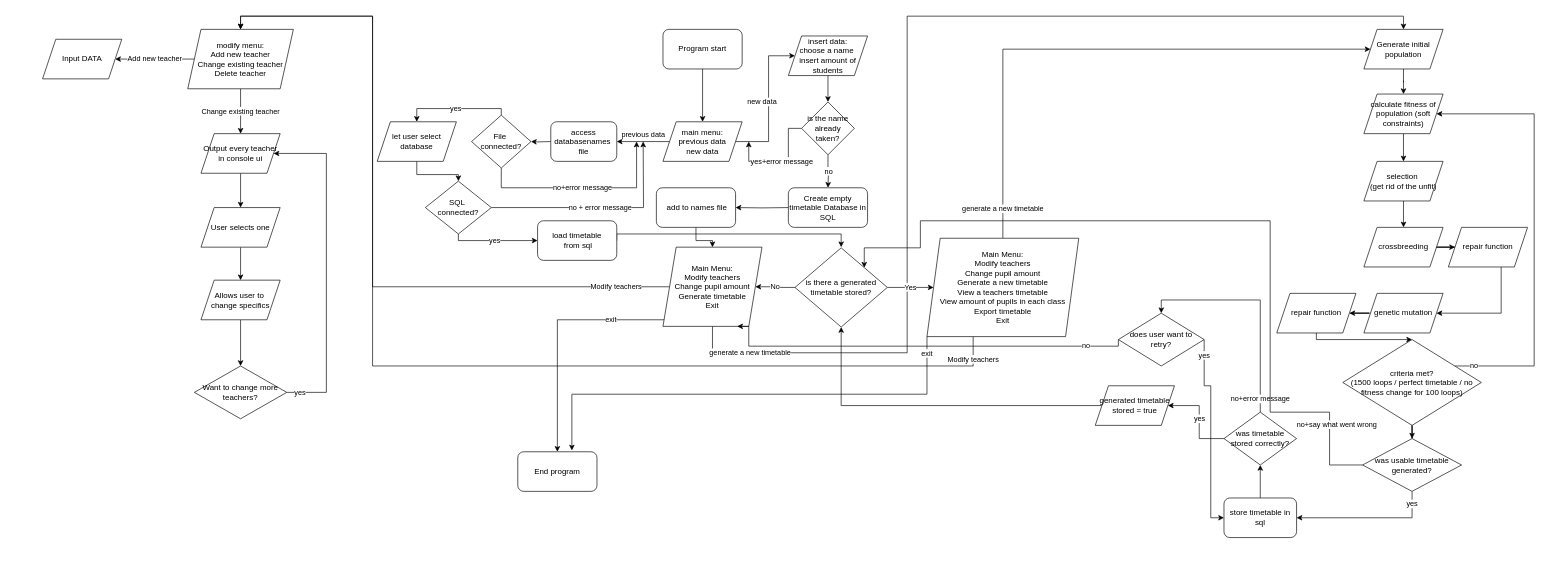
The draw.io diagram NEA.drawio in Fsmart2164/NEA-v1, before the edit. Source tidied: cells renumbered, new cells numbered last; positions are measured from the earlier drawing's top-left corner, leaving out a move shared by most shapes. Both pictures are drawn from the tidied source at 66%, with x=0, y=0 at pixel (42, 16).
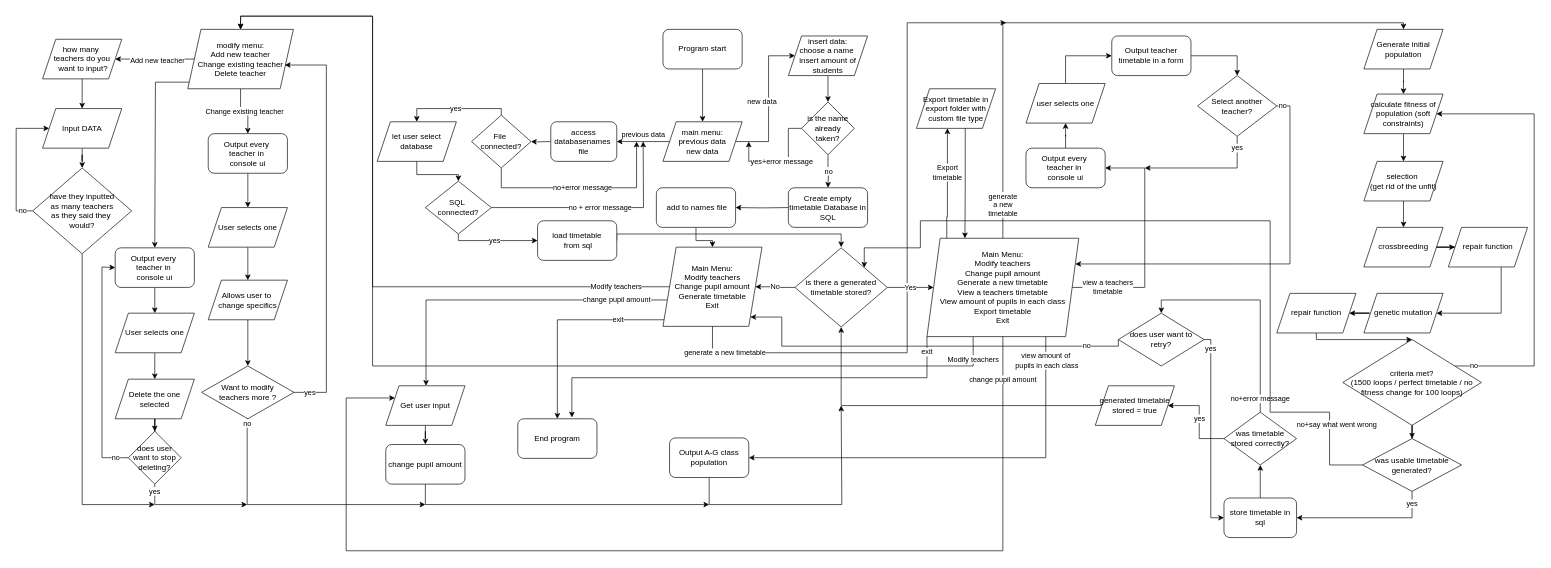
The same diagram, later.

The change refers to these unchanged cells:
```xml
<mxCell id="19" value="Main Menu:&lt;br&gt;&lt;div&gt;&lt;span style=&quot;background-color: transparent; color: light-dark(rgb(0, 0, 0), rgb(255, 255, 255));&quot;&gt;Modify&amp;nbsp;&lt;/span&gt;teachers&lt;/div&gt;&lt;div&gt;&lt;span style=&quot;background-color: transparent; color: light-dark(rgb(0, 0, 0), rgb(255, 255, 255));&quot;&gt;Change pupil amount&lt;/span&gt;&lt;/div&gt;&lt;div&gt;&lt;div&gt;Generate timetable&lt;/div&gt;&lt;/div&gt;&lt;div&gt;Exit&lt;/div&gt;" style="shape=parallelogram;perimeter=parallelogramPerimeter;whiteSpace=wrap;html=1;fixedSize=1;" parent="1" vertex="1">
  <mxGeometry x="940" y="350" width="150" height="120" as="geometry" />
</mxCell>
<mxCell id="25" value="Main Menu:&lt;br&gt;&lt;div&gt;&lt;span style=&quot;background-color: transparent; color: light-dark(rgb(0, 0, 0), rgb(255, 255, 255));&quot;&gt;Modify&amp;nbsp;&lt;/span&gt;teachers&lt;/div&gt;&lt;div&gt;Change pupil amount&lt;/div&gt;&lt;div&gt;Generate a new timetable&lt;/div&gt;&lt;div&gt;View a teachers timetable&lt;/div&gt;&lt;div&gt;View amount of pupils in each class&lt;/div&gt;&lt;div&gt;&lt;div&gt;Export timetable&lt;/div&gt;&lt;div&gt;&lt;span style=&quot;background-color: transparent; color: light-dark(rgb(0, 0, 0), rgb(255, 255, 255));&quot;&gt;Exit&lt;/span&gt;&lt;/div&gt;&lt;/div&gt;" style="shape=parallelogram;perimeter=parallelogramPerimeter;whiteSpace=wrap;html=1;fixedSize=1;" parent="1" vertex="1">
  <mxGeometry x="1340" y="336.5" width="230" height="149" as="geometry" />
</mxCell>
<mxCell id="29" value="Generate initial population" style="shape=parallelogram;perimeter=parallelogramPerimeter;whiteSpace=wrap;html=1;fixedSize=1;" parent="1" vertex="1">
  <mxGeometry x="2002" y="20" width="120" height="60" as="geometry" />
</mxCell>
<mxCell id="51" value="does user want to retry?" style="rhombus;whiteSpace=wrap;html=1;" parent="1" vertex="1">
  <mxGeometry x="1630" y="450" width="130" height="80" as="geometry" />
</mxCell>
<mxCell id="70" value="store timetable in sql" style="rounded=1;whiteSpace=wrap;html=1;" parent="1" vertex="1">
  <mxGeometry x="1790" y="730" width="110" height="60" as="geometry" />
</mxCell>
<mxCell id="73" value="modify menu:&lt;div&gt;Add new teacher&lt;/div&gt;&lt;div&gt;Change existing teacher&lt;/div&gt;&lt;div&gt;Delete teacher&lt;/div&gt;" style="shape=parallelogram;perimeter=parallelogramPerimeter;whiteSpace=wrap;html=1;fixedSize=1;" parent="1" vertex="1">
  <mxGeometry x="220" y="20" width="160" height="90" as="geometry" />
</mxCell>
```

What changed in the source:
```diff
@@
-    <mxCell id="16" value="generate a new timetable" style="edgeStyle=orthogonalEdgeStyle;rounded=0;jettySize=auto;html=1;entryX=0.5;entryY=0;entryDx=0;entryDy=0;" parent="1" edge="1" source="19" target="29">
+    <mxCell id="16" value="generate a new timetable" style="edgeStyle=orthogonalEdgeStyle;rounded=0;jettySize=auto;html=1;" parent="1" edge="1" source="19">
       <mxGeometry x="-0.88" relative="1" as="geometry">
+        <mxPoint x="1460" y="10" as="targetPoint" />
         <Array as="points">
           <mxPoint x="1015" y="510" />
           <mxPoint x="1310" y="510" />
-          <mxPoint x="1310" />
-          <mxPoint x="2062" />
+          <mxPoint x="1310" y="10" />
         </Array>
       </mxGeometry>
     </mxCell>
@@
+    <mxCell id="83" value="change pupil amount" style="edgeStyle=orthogonalEdgeStyle;rounded=0;jettySize=auto;html=1;" parent="1" edge="1" source="19" target="105">
+      <mxGeometry x="-0.69" relative="1" as="geometry">
+        <Array as="points">
+          <mxPoint x="581" y="430" />
+        </Array>
+      </mxGeometry>
+    </mxCell>
@@
-    <mxCell id="23" value="generate a new timetable" style="edgeStyle=orthogonalEdgeStyle;rounded=0;jettySize=auto;html=1;entryX=0;entryY=0.5;entryDx=0;entryDy=0;" parent="1" edge="1" source="25" target="29">
+    <mxCell id="23" value="generate&lt;div&gt;&amp;nbsp;a new&amp;nbsp;&lt;/div&gt;&lt;div&gt;timetable&lt;/div&gt;" style="edgeStyle=orthogonalEdgeStyle;rounded=0;jettySize=auto;html=1;entryX=0.5;entryY=0;entryDx=0;entryDy=0;" parent="1" edge="1" source="25" target="29">
       <mxGeometry x="-0.89" relative="1" as="geometry">
         <Array as="points">
-          <mxPoint x="1455" y="50" />
+          <mxPoint x="1455" y="10" />
+          <mxPoint x="2062" y="10" />
         </Array>
         <mxPoint y="1" as="offset" />
       </mxGeometry>
     </mxCell>
@@
+    <mxCell id="84" value="view a teachers&lt;div&gt;timetable&lt;/div&gt;" style="edgeStyle=orthogonalEdgeStyle;rounded=0;jettySize=auto;html=1;entryX=1;entryY=0.5;entryDx=0;entryDy=0;" parent="1" edge="1" source="25" target="112">
+      <mxGeometry x="-0.69" relative="1" as="geometry">
+        <Array as="points">
+          <mxPoint x="1670" y="411" />
+          <mxPoint x="1670" y="230" />
+        </Array>
+      </mxGeometry>
+    </mxCell>
+    <mxCell id="85" value="view amount of&lt;div&gt;&amp;nbsp;pupils in each class&lt;/div&gt;" style="edgeStyle=orthogonalEdgeStyle;rounded=0;jettySize=auto;html=1;entryX=1;entryY=0.5;entryDx=0;entryDy=0;" parent="1" edge="1" source="25" target="121">
+      <mxGeometry x="-0.89" relative="1" as="geometry">
+        <Array as="points">
+          <mxPoint x="1520" y="669" />
+        </Array>
+        <mxPoint y="1" as="offset" />
+      </mxGeometry>
+    </mxCell>
+    <mxCell id="86" value="Export&lt;div&gt;timetable&lt;/div&gt;" style="edgeStyle=orthogonalEdgeStyle;rounded=0;jettySize=auto;html=1;" parent="1" edge="1" source="25" target="122">
+      <mxGeometry x="0.22" relative="1" as="geometry">
+        <Array as="points">
+          <mxPoint x="1370" y="304" />
+          <mxPoint x="1371" y="270" />
+        </Array>
+        <mxPoint y="1" as="offset" />
+      </mxGeometry>
+    </mxCell>
@@
     <mxCell id="52" value="yes" style="edgeStyle=orthogonalEdgeStyle;rounded=0;jettySize=auto;html=1;entryX=0;entryY=0.5;entryDx=0;entryDy=0;" parent="1" edge="1" source="51" target="70">
       <mxGeometry x="-0.84" relative="1" as="geometry">
         <Array as="points">
-          <mxPoint x="1760" y="560" />
-          <mxPoint x="1770" y="560" />
+          <mxPoint x="1770" y="490" />
           <mxPoint x="1770" y="760" />
         </Array>
       </mxGeometry>
     </mxCell>
-    <mxCell id="53" value="no" style="edgeStyle=orthogonalEdgeStyle;rounded=0;jettySize=auto;html=1;entryX=0.75;entryY=1;entryDx=0;entryDy=0;" parent="1" edge="1" target="19">
+    <mxCell id="53" value="no" style="edgeStyle=orthogonalEdgeStyle;rounded=0;jettySize=auto;html=1;entryX=1;entryY=1;entryDx=0;entryDy=0;" parent="1" edge="1" target="19">
       <mxGeometry x="-0.81" relative="1" as="geometry">
         <mxPoint x="1630" y="490" as="sourcePoint" />
         <Array as="points">
           <mxPoint x="1630" y="500" />
-          <mxPoint x="1070" y="500" />
-          <mxPoint x="1070" y="470" />
+          <mxPoint x="1120" y="500" />
+          <mxPoint x="1120" y="456" />
         </Array>
       </mxGeometry>
     </mxCell>
     <mxCell id="54" value="End program" style="rounded=1;whiteSpace=wrap;html=1;" parent="1" vertex="1">
-      <mxGeometry x="720" y="660" width="120" height="60" as="geometry" />
+      <mxGeometry x="720" y="610" width="120" height="60" as="geometry" />
     </mxCell>
@@
-    <mxCell id="71" value="Add new teacher" style="edgeStyle=orthogonalEdgeStyle;rounded=0;jettySize=auto;html=1;" parent="1" edge="1" source="73" target="74">
-      <mxGeometry relative="1" as="geometry" />
+    <mxCell id="71" style="edgeStyle=orthogonalEdgeStyle;rounded=0;jettySize=auto;html=1;" parent="1" edge="1" source="92" target="74">
+      <mxGeometry x="0.43" relative="1" as="geometry" />
     </mxCell>
-    <mxCell id="72" value="Change existing teacher" style="edgeStyle=orthogonalEdgeStyle;rounded=0;jettySize=auto;html=1;" parent="1" edge="1" source="73" target="76">
+    <mxCell id="72" value="Change existing teacher" style="edgeStyle=orthogonalEdgeStyle;rounded=0;jettySize=auto;html=1;entryX=0.5;entryY=0;entryDx=0;entryDy=0;" parent="1" edge="1" source="73" target="113">
       <mxGeometry relative="1" as="geometry" />
     </mxCell>
+    <mxCell id="87" style="edgeStyle=orthogonalEdgeStyle;rounded=0;jettySize=auto;html=1;entryX=0.5;entryY=0;entryDx=0;entryDy=0;" parent="1" edge="1" source="73" target="114">
+      <mxGeometry relative="1" as="geometry">
+        <Array as="points">
+          <mxPoint x="171" y="100" />
+        </Array>
+      </mxGeometry>
+    </mxCell>
@@
+    <mxCell id="88" style="edgeStyle=orthogonalEdgeStyle;rounded=0;jettySize=auto;html=1;entryX=0.5;entryY=0;entryDx=0;entryDy=0;" parent="1" edge="1" source="74" target="95">
+      <mxGeometry relative="1" as="geometry" />
+    </mxCell>
     <mxCell id="74" value="&lt;div&gt;&lt;span style=&quot;background-color: transparent; color: light-dark(rgb(0, 0, 0), rgb(255, 255, 255));&quot;&gt;Input DATA&lt;/span&gt;&lt;/div&gt;" style="shape=parallelogram;perimeter=parallelogramPerimeter;whiteSpace=wrap;html=1;fixedSize=1;" parent="1" vertex="1">
-      <mxGeometry y="35" width="120" height="60" as="geometry" />
+      <mxGeometry y="140" width="120" height="60" as="geometry" />
     </mxCell>
-    <mxCell id="75" style="edgeStyle=orthogonalEdgeStyle;rounded=0;jettySize=auto;html=1;" parent="1" edge="1" source="76" target="78">
+    <mxCell id="75" style="edgeStyle=orthogonalEdgeStyle;rounded=0;jettySize=auto;html=1;exitX=0.5;exitY=1;exitDx=0;exitDy=0;" parent="1" edge="1" source="113" target="78">
       <mxGeometry relative="1" as="geometry" />
     </mxCell>
-    <mxCell id="76" value="Output every teacher in console ui" style="shape=parallelogram;perimeter=parallelogramPerimeter;whiteSpace=wrap;html=1;fixedSize=1;" parent="1" vertex="1">
-      <mxGeometry x="240" y="178" width="120" height="60" as="geometry" />
-    </mxCell>
@@
     <mxCell id="78" value="User selects one" style="shape=parallelogram;perimeter=parallelogramPerimeter;whiteSpace=wrap;html=1;fixedSize=1;" parent="1" vertex="1">
-      <mxGeometry x="240" y="290" width="120" height="60" as="geometry" />
+      <mxGeometry x="251" y="290" width="120" height="60" as="geometry" />
     </mxCell>
-    <mxCell id="79" style="edgeStyle=orthogonalEdgeStyle;rounded=0;jettySize=auto;html=1;" parent="1" edge="1" source="80" target="82">
+    <mxCell id="79" style="edgeStyle=orthogonalEdgeStyle;rounded=0;jettySize=auto;html=1;entryX=0.5;entryY=0;entryDx=0;entryDy=0;" parent="1" edge="1" source="80" target="82">
       <mxGeometry relative="1" as="geometry" />
     </mxCell>
     <mxCell id="80" value="Allows user to&amp;nbsp;&lt;div&gt;change specifics&lt;/div&gt;" style="shape=parallelogram;perimeter=parallelogramPerimeter;whiteSpace=wrap;html=1;fixedSize=1;" parent="1" vertex="1">
-      <mxGeometry x="240" y="400" width="120" height="60" as="geometry" />
+      <mxGeometry x="251" y="400" width="120" height="60" as="geometry" />
     </mxCell>
-    <mxCell id="81" value="yes" style="edgeStyle=orthogonalEdgeStyle;rounded=0;jettySize=auto;html=1;entryX=1;entryY=0.5;entryDx=0;entryDy=0;" parent="1" edge="1" source="82" target="76">
+    <mxCell id="81" value="yes" style="edgeStyle=orthogonalEdgeStyle;rounded=0;jettySize=auto;html=1;entryX=0.919;entryY=0.6;entryDx=0;entryDy=0;entryPerimeter=0;" parent="1" edge="1" source="82" target="73">
       <mxGeometry x="-0.92" relative="1" as="geometry">
         <Array as="points">
           <mxPoint x="430" y="570" />
-          <mxPoint x="430" y="208" />
+          <mxPoint x="430" y="74" />
         </Array>
       </mxGeometry>
     </mxCell>
-    <mxCell id="82" value="Want to change more teachers?" style="rhombus;whiteSpace=wrap;html=1;" parent="1" vertex="1">
-      <mxGeometry x="230" y="530" width="140" height="80" as="geometry" />
+    <mxCell id="82" value="Want to modify teachers&amp;nbsp;more ?" style="rhombus;whiteSpace=wrap;html=1;" parent="1" vertex="1">
+      <mxGeometry x="241" y="530" width="140" height="80" as="geometry" />
     </mxCell>
+    <mxCell id="89" value="no" style="edgeStyle=orthogonalEdgeStyle;rounded=0;jettySize=auto;html=1;exitX=0.5;exitY=1;exitDx=0;exitDy=0;" parent="1" edge="1" source="82">
+      <mxGeometry x="-0.96" relative="1" as="geometry">
+        <mxPoint x="580" y="740" as="targetPoint" />
+        <Array as="points">
+          <mxPoint x="310" y="610" />
+          <mxPoint x="310" y="740" />
+        </Array>
+      </mxGeometry>
+    </mxCell>
+    <mxCell id="90" style="edgeStyle=orthogonalEdgeStyle;rounded=0;jettySize=auto;html=1;" parent="1" edge="1" source="73" target="92">
+      <mxGeometry relative="1" as="geometry" />
+    </mxCell>
+    <mxCell id="91" value="Add new teacher" style="edgeLabel;html=1;align=center;verticalAlign=middle;" parent="90" vertex="1">
+      <mxGeometry x="-0.05" y="1" relative="1" as="geometry" />
+    </mxCell>
+    <mxCell id="92" value="how many&amp;nbsp;&lt;div&gt;teachers do you&lt;/div&gt;&lt;div&gt;&amp;nbsp;want to input?&lt;/div&gt;" style="shape=parallelogram;perimeter=parallelogramPerimeter;whiteSpace=wrap;html=1;fixedSize=1;" parent="1" vertex="1">
+      <mxGeometry y="35" width="120" height="60" as="geometry" />
+    </mxCell>
+    <mxCell id="93" value="no" style="edgeStyle=orthogonalEdgeStyle;rounded=0;jettySize=auto;html=1;entryX=0;entryY=0.5;entryDx=0;entryDy=0;" parent="1" edge="1" source="95" target="74">
+      <mxGeometry x="-0.85" relative="1" as="geometry">
+        <Array as="points">
+          <mxPoint x="-40" y="295" />
+          <mxPoint x="-40" y="170" />
+        </Array>
+      </mxGeometry>
+    </mxCell>
+    <mxCell id="94" style="edgeStyle=orthogonalEdgeStyle;rounded=0;jettySize=auto;html=1;" parent="1" edge="1" source="95">
+      <mxGeometry relative="1" as="geometry">
+        <mxPoint x="170" y="740" as="targetPoint" />
+        <Array as="points">
+          <mxPoint x="60" y="740" />
+        </Array>
+      </mxGeometry>
+    </mxCell>
+    <mxCell id="95" value="have they inputted&lt;div&gt;&amp;nbsp;as many teachers&amp;nbsp;&lt;div&gt;as they said they&amp;nbsp;&lt;/div&gt;&lt;div&gt;would?&lt;/div&gt;&lt;/div&gt;" style="rhombus;whiteSpace=wrap;html=1;" parent="1" vertex="1">
+      <mxGeometry x="-15" y="230" width="150" height="130" as="geometry" />
+    </mxCell>
+    <mxCell id="96" style="edgeStyle=orthogonalEdgeStyle;rounded=0;jettySize=auto;html=1;entryX=0.5;entryY=0;entryDx=0;entryDy=0;exitX=0.5;exitY=1;exitDx=0;exitDy=0;" parent="1" edge="1" source="114" target="98">
+      <mxGeometry relative="1" as="geometry" />
+    </mxCell>
+    <mxCell id="97" style="edgeStyle=orthogonalEdgeStyle;rounded=0;jettySize=auto;html=1;" parent="1" edge="1" source="98" target="100">
+      <mxGeometry relative="1" as="geometry" />
+    </mxCell>
+    <mxCell id="98" value="User selects one" style="shape=parallelogram;perimeter=parallelogramPerimeter;whiteSpace=wrap;html=1;fixedSize=1;" parent="1" vertex="1">
+      <mxGeometry x="110" y="450" width="120" height="60" as="geometry" />
+    </mxCell>
+    <mxCell id="99" style="edgeStyle=orthogonalEdgeStyle;rounded=0;jettySize=auto;html=1;" parent="1" edge="1" source="100" target="102">
+      <mxGeometry relative="1" as="geometry" />
+    </mxCell>
+    <mxCell id="100" value="Delete the one selected" style="shape=parallelogram;perimeter=parallelogramPerimeter;whiteSpace=wrap;html=1;fixedSize=1;" parent="1" vertex="1">
+      <mxGeometry x="110" y="550" width="120" height="60" as="geometry" />
+    </mxCell>
+    <mxCell id="101" value="yes" style="edgeStyle=orthogonalEdgeStyle;rounded=0;jettySize=auto;html=1;" parent="1" edge="1" source="102">
+      <mxGeometry x="-0.87" relative="1" as="geometry">
+        <mxPoint x="310" y="740" as="targetPoint" />
+        <Array as="points">
+          <mxPoint x="170" y="740" />
+          <mxPoint x="211" y="740" />
+        </Array>
+      </mxGeometry>
+    </mxCell>
+    <mxCell id="102" value="does user want to stop deleting?" style="rhombus;whiteSpace=wrap;html=1;" parent="1" vertex="1">
+      <mxGeometry x="130" y="629" width="80" height="80" as="geometry" />
+    </mxCell>
+    <mxCell id="103" value="no" style="edgeStyle=orthogonalEdgeStyle;rounded=0;jettySize=auto;html=1;entryX=0;entryY=0.5;entryDx=0;entryDy=0;" parent="1" edge="1" source="102" target="114">
+      <mxGeometry x="-0.89" relative="1" as="geometry">
+        <Array as="points">
+          <mxPoint x="90" y="669" />
+          <mxPoint x="90" y="380" />
+        </Array>
+      </mxGeometry>
+    </mxCell>
+    <mxCell id="104" style="edgeStyle=orthogonalEdgeStyle;rounded=0;jettySize=auto;html=1;" parent="1" edge="1" source="105" target="107">
+      <mxGeometry relative="1" as="geometry" />
+    </mxCell>
+    <mxCell id="105" value="Get user input" style="shape=parallelogram;perimeter=parallelogramPerimeter;whiteSpace=wrap;html=1;fixedSize=1;" parent="1" vertex="1">
+      <mxGeometry x="520" y="560" width="120" height="60" as="geometry" />
+    </mxCell>
+    <mxCell id="106" style="edgeStyle=orthogonalEdgeStyle;rounded=0;jettySize=auto;html=1;" parent="1" edge="1" source="107">
+      <mxGeometry relative="1" as="geometry">
+        <mxPoint x="1010" y="740" as="targetPoint" />
+        <Array as="points">
+          <mxPoint x="580" y="740" />
+        </Array>
+      </mxGeometry>
+    </mxCell>
+    <mxCell id="107" value="change pupil amount" style="rounded=1;whiteSpace=wrap;html=1;" parent="1" vertex="1">
+      <mxGeometry x="520" y="649" width="120" height="60" as="geometry" />
+    </mxCell>
+    <mxCell id="108" value="change pupil amount" style="edgeStyle=orthogonalEdgeStyle;rounded=0;jettySize=auto;html=1;entryX=0;entryY=0.25;entryDx=0;entryDy=0;" parent="1" edge="1" source="25" target="105">
+      <mxGeometry x="-0.92" relative="1" as="geometry">
+        <Array as="points">
+          <mxPoint x="1455" y="810" />
+          <mxPoint x="460" y="810" />
+          <mxPoint x="460" y="579" />
+        </Array>
+      </mxGeometry>
+    </mxCell>
+    <mxCell id="109" style="edgeStyle=orthogonalEdgeStyle;rounded=0;jettySize=auto;html=1;exitX=0.5;exitY=0;exitDx=0;exitDy=0;" parent="1" edge="1" source="112" target="111">
+      <mxGeometry relative="1" as="geometry" />
+    </mxCell>
+    <mxCell id="110" style="edgeStyle=orthogonalEdgeStyle;rounded=0;jettySize=auto;html=1;" parent="1" edge="1" source="111" target="116">
+      <mxGeometry relative="1" as="geometry">
+        <Array as="points">
+          <mxPoint x="1550" y="60" />
+        </Array>
+      </mxGeometry>
+    </mxCell>
+    <mxCell id="111" value="user selects one" style="shape=parallelogram;perimeter=parallelogramPerimeter;whiteSpace=wrap;html=1;fixedSize=1;" parent="1" vertex="1">
+      <mxGeometry x="1490" y="102" width="120" height="60" as="geometry" />
+    </mxCell>
+    <mxCell id="112" value="Output every&amp;nbsp;&lt;div&gt;teacher in&amp;nbsp;&lt;/div&gt;&lt;div&gt;console ui&lt;/div&gt;" style="rounded=1;whiteSpace=wrap;html=1;" parent="1" vertex="1">
+      <mxGeometry x="1490" y="200" width="120" height="60" as="geometry" />
+    </mxCell>
+    <mxCell id="113" value="Output every&amp;nbsp;&lt;div&gt;teacher in&amp;nbsp;&lt;/div&gt;&lt;div&gt;console ui&lt;/div&gt;" style="rounded=1;whiteSpace=wrap;html=1;" parent="1" vertex="1">
+      <mxGeometry x="251" y="178" width="120" height="60" as="geometry" />
+    </mxCell>
+    <mxCell id="114" value="Output every&amp;nbsp;&lt;div&gt;teacher in&amp;nbsp;&lt;/div&gt;&lt;div&gt;console ui&lt;/div&gt;" style="rounded=1;whiteSpace=wrap;html=1;" parent="1" vertex="1">
+      <mxGeometry x="110" y="351" width="120" height="60" as="geometry" />
+    </mxCell>
+    <mxCell id="115" style="edgeStyle=orthogonalEdgeStyle;rounded=0;jettySize=auto;html=1;entryX=0.5;entryY=0;entryDx=0;entryDy=0;" parent="1" edge="1" source="116" target="119">
+      <mxGeometry relative="1" as="geometry" />
+    </mxCell>
+    <mxCell id="116" value="Output teacher timetable in a form" style="rounded=1;whiteSpace=wrap;html=1;" parent="1" vertex="1">
+      <mxGeometry x="1620" y="30" width="120" height="60" as="geometry" />
+    </mxCell>
+    <mxCell id="117" value="yes" style="edgeStyle=orthogonalEdgeStyle;rounded=0;jettySize=auto;html=1;exitX=0.5;exitY=1;exitDx=0;exitDy=0;" parent="1" edge="1" source="119">
+      <mxGeometry x="-0.81" relative="1" as="geometry">
+        <mxPoint x="1670" y="230" as="targetPoint" />
+        <Array as="points">
+          <mxPoint x="1810" y="230" />
+        </Array>
+      </mxGeometry>
+    </mxCell>
+    <mxCell id="118" value="no" style="edgeStyle=orthogonalEdgeStyle;rounded=0;jettySize=auto;html=1;entryX=1;entryY=0.25;entryDx=0;entryDy=0;" parent="1" edge="1" source="119" target="25">
+      <mxGeometry x="-0.97" relative="1" as="geometry">
+        <Array as="points">
+          <mxPoint x="1890" y="136" />
+          <mxPoint x="1890" y="375" />
+        </Array>
+      </mxGeometry>
+    </mxCell>
+    <mxCell id="119" value="Select another teacher?" style="rhombus;whiteSpace=wrap;html=1;" parent="1" vertex="1">
+      <mxGeometry x="1750" y="90" width="120" height="92" as="geometry" />
+    </mxCell>
+    <mxCell id="120" style="edgeStyle=orthogonalEdgeStyle;rounded=0;jettySize=auto;html=1;" parent="1" edge="1" source="121">
+      <mxGeometry relative="1" as="geometry">
+        <mxPoint x="1210" y="590" as="targetPoint" />
+        <Array as="points">
+          <mxPoint x="1010" y="740" />
+          <mxPoint x="1211" y="740" />
+        </Array>
+      </mxGeometry>
+    </mxCell>
+    <mxCell id="121" value="Output A-G class population" style="rounded=1;whiteSpace=wrap;html=1;" parent="1" vertex="1">
+      <mxGeometry x="950" y="639" width="120" height="60" as="geometry" />
+    </mxCell>
+    <mxCell id="122" value="Export timetable in export folder with custom file type" style="shape=parallelogram;perimeter=parallelogramPerimeter;whiteSpace=wrap;html=1;fixedSize=1;" parent="1" vertex="1">
+      <mxGeometry x="1324" y="110" width="120" height="60" as="geometry" />
+    </mxCell>
+    <mxCell id="123" style="edgeStyle=orthogonalEdgeStyle;rounded=0;jettySize=auto;html=1;entryX=0.25;entryY=0;entryDx=0;entryDy=0;" parent="1" edge="1" source="122" target="25">
+      <mxGeometry relative="1" as="geometry">
+        <Array as="points">
+          <mxPoint x="1398" y="260" />
+          <mxPoint x="1398" y="260" />
+        </Array>
+      </mxGeometry>
+    </mxCell>
```
